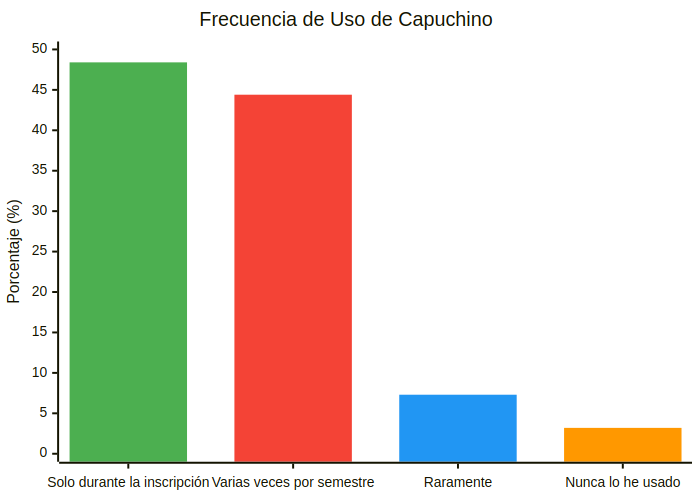
Before: images/diagrams/encuesta_uso_capuchino.png, a diagram exported from Mermaid (smith-3/Taller-Grado-II). Its source is kept beside it as images/diagrams/encuesta_uso_capuchino.mmd.
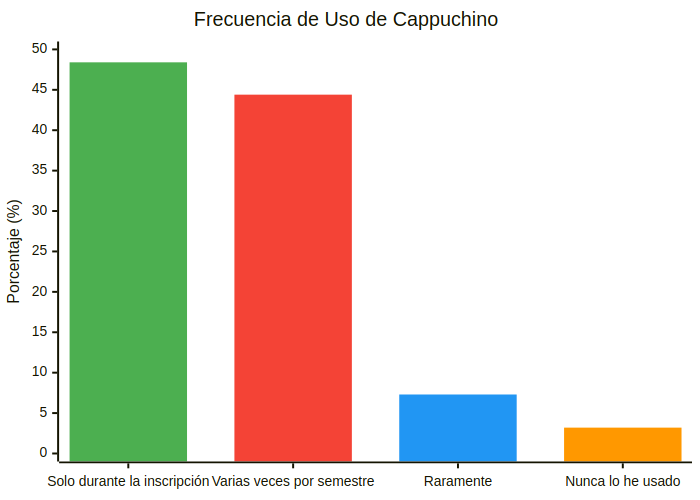
The same diagram one commit later.

Diff of the diagram source:
```diff
@@ -7,7 +7,7 @@
   }
 }}%%
 xychart-beta
-    title "Frecuencia de Uso de Capuchino"
+    title "Frecuencia de Uso de Cappuchino"
     x-axis ["Solo durante la inscripción", "Varias veces por semestre", "Raramente", "Nunca lo he usado"]
     y-axis "Porcentaje (%)" 0 --> 50
     bar [48.4, -1.9, -1.9, -1.9]
```
